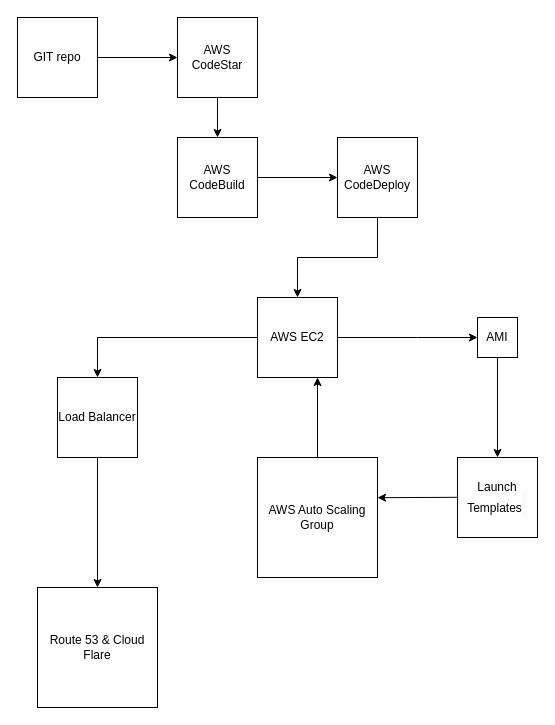
baccypher/demo-RND keeps this draw.io diagram as Untitled Diagram.drawio. Above is the earlier version. Source tidied: cells renumbered, new cells numbered last; positions are measured from the earlier drawing's top-left corner, leaving out a move shared by most shapes. Both pictures are drawn from the tidied source at 100%, with x=0, y=0 at pixel (17, 17).
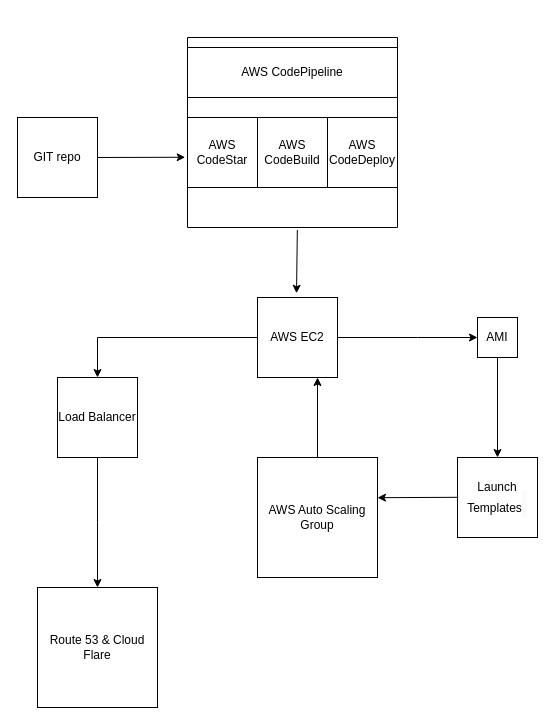
The same page after the edit.

The change refers to these unchanged cells:
```xml
<mxCell id="11" value="AWS EC2" style="whiteSpace=wrap;html=1;" parent="1" vertex="1">
  <mxGeometry x="240" y="280" width="80" height="80" as="geometry" />
</mxCell>
<mxCell id="20" value="Load Balancer" style="whiteSpace=wrap;html=1;" parent="1" vertex="1">
  <mxGeometry x="40" y="360" width="80" height="80" as="geometry" />
</mxCell>
<mxCell id="21" value="Route 53 &amp;amp; Cloud Flare" style="whiteSpace=wrap;html=1;" parent="1" vertex="1">
  <mxGeometry x="20" y="570" width="120" height="120" as="geometry" />
</mxCell>
```

Diff of the diagram source:
```diff
@@
     <mxCell id="2" value="GIT repo" style="whiteSpace=wrap;html=1;strokeWidth=1;" parent="1" vertex="1">
-      <mxGeometry width="80" height="80" as="geometry" />
+      <mxGeometry y="100" width="80" height="80" as="geometry" />
     </mxCell>
-    <mxCell id="3" style="endArrow=classic;html=1;rounded=0;exitX=1;exitY=0.5;exitDx=0;exitDy=0;" parent="1" edge="1" source="2" target="4">
-      <mxGeometry relative="1" as="geometry" />
-    </mxCell>
-    <mxCell id="4" value="AWS CodeStar" style="whiteSpace=wrap;html=1;" parent="1" vertex="1">
-      <mxGeometry x="160" width="80" height="80" as="geometry" />
-    </mxCell>
-    <mxCell id="5" style="endArrow=classic;html=1;rounded=0;exitX=0.5;exitY=1;exitDx=0;exitDy=0;" parent="1" edge="1" source="4" target="6">
-      <mxGeometry relative="1" as="geometry" />
-    </mxCell>
-    <mxCell id="6" value="AWS CodeBuild" style="whiteSpace=wrap;html=1;" parent="1" vertex="1">
-      <mxGeometry x="160" y="120" width="80" height="80" as="geometry" />
-    </mxCell>
-    <mxCell id="7" style="endArrow=classic;html=1;rounded=0;exitX=1;exitY=0.5;exitDx=0;exitDy=0;entryX=0;entryY=0.5;entryDx=0;entryDy=0;" parent="1" edge="1" source="6" target="8">
-      <mxGeometry relative="1" as="geometry" />
-    </mxCell>
-    <mxCell id="8" value="AWS&lt;br&gt;CodeDeploy" style="whiteSpace=wrap;html=1;" parent="1" vertex="1">
-      <mxGeometry x="320" y="120" width="80" height="80" as="geometry" />
-    </mxCell>
-    <mxCell id="9" style="endArrow=classic;html=1;rounded=0;exitX=0.5;exitY=1;exitDx=0;exitDy=0;entryX=0.5;entryY=0;entryDx=0;entryDy=0;" parent="1" edge="1" source="8" target="11">
-      <mxGeometry relative="1" as="geometry">
-        <Array as="points">
-          <mxPoint x="360" y="240" />
-          <mxPoint x="280" y="240" />
-        </Array>
-      </mxGeometry>
-    </mxCell>
@@
-    <mxCell id="19" style="edgeStyle=orthogonalEdgeStyle;rounded=0;jettySize=auto;html=1;" parent="1" edge="1" source="20" target="21">
-      <mxGeometry relative="1" as="geometry" />
+    <mxCell id="19" style="edgeStyle=orthogonalEdgeStyle;rounded=0;jettySize=auto;html=1;" parent="1" edge="1" source="20">
+      <mxGeometry relative="1" as="geometry">
+        <mxPoint x="80" y="570" as="targetPoint" />
+      </mxGeometry>
     </mxCell>
@@
+    <mxCell id="22" style="swimlane;startSize=0;" parent="1" vertex="1">
+      <mxGeometry x="170" y="20" width="210" height="190" as="geometry" />
+    </mxCell>
+    <mxCell id="4" value="AWS CodeStar" style="whiteSpace=wrap;html=1;" parent="22" vertex="1">
+      <mxGeometry y="80" width="70" height="70" as="geometry" />
+    </mxCell>
+    <mxCell id="6" value="AWS CodeBuild" style="whiteSpace=wrap;html=1;" parent="22" vertex="1">
+      <mxGeometry x="70" y="80" width="70" height="70" as="geometry" />
+    </mxCell>
+    <mxCell id="8" value="AWS&lt;br&gt;CodeDeploy" style="whiteSpace=wrap;html=1;" parent="22" vertex="1">
+      <mxGeometry x="140" y="80" width="70" height="70" as="geometry" />
+    </mxCell>
+    <mxCell id="23" value="AWS CodePipeline" style="rounded=0;whiteSpace=wrap;html=1;" parent="22" vertex="1">
+      <mxGeometry y="10" width="210" height="50" as="geometry" />
+    </mxCell>
+    <mxCell id="24" style="endArrow=classic;html=1;rounded=0;exitX=0.523;exitY=1.013;exitDx=0;exitDy=0;exitPerimeter=0;entryX=0.488;entryY=-0.053;entryDx=0;entryDy=0;entryPerimeter=0;" parent="1" edge="1" source="22" target="11">
+      <mxGeometry relative="1" as="geometry" />
+    </mxCell>
+    <mxCell id="3" style="endArrow=classic;html=1;rounded=0;exitX=1;exitY=0.5;exitDx=0;exitDy=0;entryX=-0.033;entryY=0.568;entryDx=0;entryDy=0;entryPerimeter=0;" parent="1" edge="1" source="2" target="4">
+      <mxGeometry relative="1" as="geometry" />
+    </mxCell>
```
